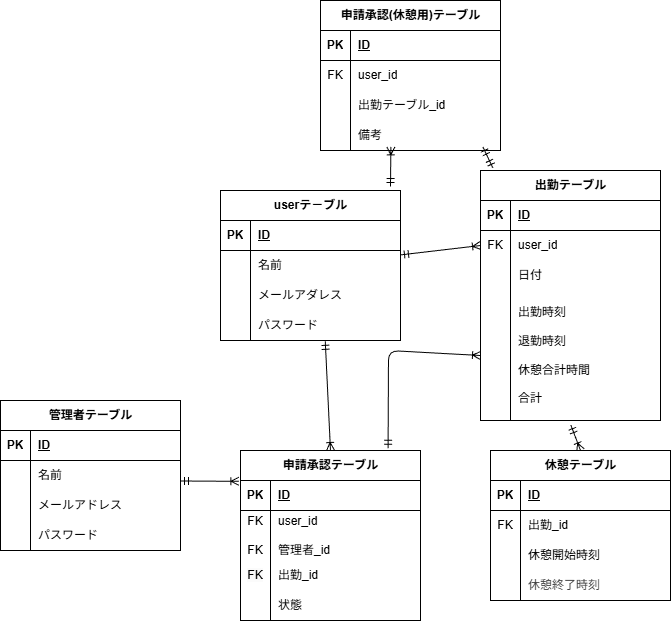
mayu-ya/attendance-system keeps this draw.io diagram as src/.drawio.png. Above is the earlier version. Source tidied: cells renumbered, new cells last; positions are measured from the earlier drawing's top-left corner, leaving out a move shared by most shapes.
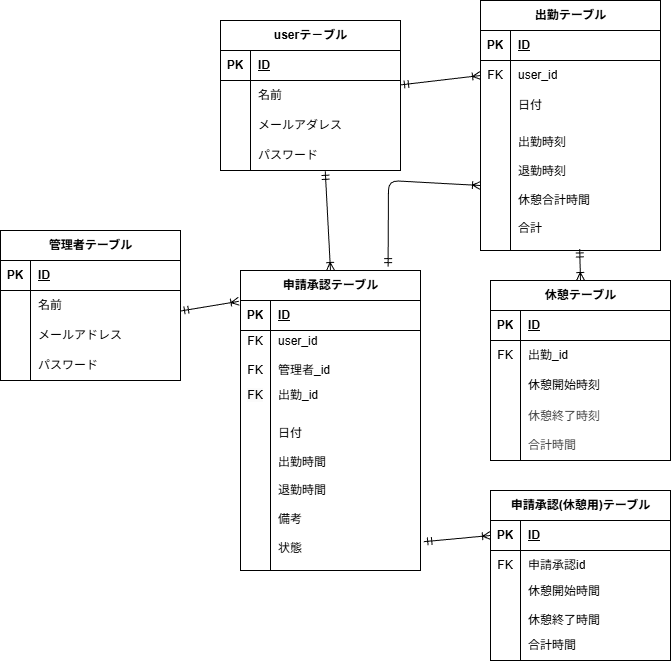
The same diagram one commit later.

The edit, as a diff of the source:
```diff
@@ -44,11 +44,11 @@
     <mxCell id="15" style="fontSize=12;html=1;endArrow=ERoneToMany;startArrow=ERmandOne;entryX=0;entryY=0.5;entryDx=0;entryDy=0;" parent="1" edge="1" source="72" target="6">
       <mxGeometry relative="1" as="geometry" />
     </mxCell>
-    <mxCell id="16" style="fontSize=12;html=1;endArrow=ERoneToMany;startArrow=ERmandOne;entryX=0.5;entryY=0;entryDx=0;entryDy=0;exitX=0.502;exitY=1.035;exitDx=0;exitDy=0;exitPerimeter=0;" parent="1" edge="1" source="12" target="30">
+    <mxCell id="16" style="fontSize=12;html=1;endArrow=ERoneToMany;startArrow=ERmandOne;entryX=0.5;entryY=0;entryDx=0;entryDy=0;exitX=0.551;exitY=0.988;exitDx=0;exitDy=0;exitPerimeter=0;" parent="1" edge="1" source="12" target="30">
       <mxGeometry relative="1" as="geometry" />
     </mxCell>
     <mxCell id="17" value="申請承認テーブル" style="shape=table;startSize=30;rowLines=0;fontStyle=1;align=center;html=1;" parent="1" vertex="1">
-      <mxGeometry x="240" y="450" width="180" height="170" as="geometry" />
+      <mxGeometry x="240" y="440" width="180" height="300" as="geometry" />
     </mxCell>
     <mxCell id="18" style="shape=tableRow;horizontal=0;startSize=0;swimlaneHead=0;swimlaneBody=0;fillColor=none;points=[[0,0.5],[1,0.5]];portConstraint=eastwest;top=0;left=0;right=0;bottom=1;" parent="17" vertex="1">
       <mxGeometry y="30" width="180" height="30" as="geometry" />
@@ -78,16 +78,16 @@
       <mxGeometry x="30" width="150" height="30" as="geometry" />
     </mxCell>
     <mxCell id="27" style="shape=tableRow;horizontal=0;startSize=0;swimlaneHead=0;swimlaneBody=0;fillColor=none;points=[[0,0.5],[1,0.5]];portConstraint=eastwest;top=0;left=0;right=0;bottom=0;" parent="17" vertex="1">
-      <mxGeometry y="140" width="180" height="30" as="geometry" />
+      <mxGeometry y="140" width="180" height="160" as="geometry" />
     </mxCell>
     <mxCell id="28" style="shape=partialRectangle;fillColor=none;top=0;left=0;bottom=0;right=0;overflow=hidden;whiteSpace=wrap;html=1;" parent="27" vertex="1">
-      <mxGeometry width="30" height="30" as="geometry" />
+      <mxGeometry width="30" height="160" as="geometry" />
     </mxCell>
-    <mxCell id="29" value="&lt;span style=&quot;color: rgb(0, 0, 0);&quot;&gt;状態&lt;/span&gt;" style="shape=partialRectangle;fillColor=none;top=0;left=0;bottom=0;right=0;align=left;spacingLeft=6;overflow=hidden;whiteSpace=wrap;html=1;" parent="27" vertex="1">
-      <mxGeometry x="30" width="150" height="30" as="geometry" />
+    <mxCell id="29" value="&lt;div&gt;&lt;span style=&quot;color: rgb(0, 0, 0);&quot;&gt;日付&lt;/span&gt;&lt;/div&gt;&lt;div&gt;&lt;span style=&quot;color: rgb(0, 0, 0);&quot;&gt;&lt;br&gt;&lt;/span&gt;&lt;/div&gt;&lt;div&gt;&lt;span style=&quot;color: rgb(0, 0, 0);&quot;&gt;出勤時間&lt;/span&gt;&lt;/div&gt;&lt;div&gt;&lt;span style=&quot;color: rgb(0, 0, 0);&quot;&gt;&lt;br&gt;&lt;/span&gt;&lt;/div&gt;&lt;div&gt;&lt;span style=&quot;color: rgb(0, 0, 0);&quot;&gt;退勤時間&lt;/span&gt;&lt;/div&gt;&lt;div&gt;&lt;span style=&quot;color: rgb(0, 0, 0);&quot;&gt;&lt;br&gt;&lt;/span&gt;&lt;/div&gt;&lt;div&gt;&lt;span style=&quot;color: rgb(0, 0, 0);&quot;&gt;備考&lt;/span&gt;&lt;/div&gt;&lt;div&gt;&lt;span style=&quot;color: rgb(0, 0, 0);&quot;&gt;&lt;br&gt;&lt;/span&gt;&lt;/div&gt;&lt;span style=&quot;color: rgb(0, 0, 0);&quot;&gt;状態&lt;/span&gt;" style="shape=partialRectangle;fillColor=none;top=0;left=0;bottom=0;right=0;align=left;spacingLeft=6;overflow=hidden;whiteSpace=wrap;html=1;" parent="27" vertex="1">
+      <mxGeometry x="30" width="150" height="160" as="geometry" />
     </mxCell>
     <mxCell id="30" value="&lt;span style=&quot;color: rgb(0, 0, 0);&quot;&gt;休憩テーブル&lt;/span&gt;" style="shape=table;startSize=30;rowLines=0;fontStyle=1;align=center;html=1;" parent="1" vertex="1">
-      <mxGeometry x="490" y="450" width="180" height="150" as="geometry" />
+      <mxGeometry x="490" y="450" width="180" height="180" as="geometry" />
     </mxCell>
     <mxCell id="31" style="shape=tableRow;horizontal=0;startSize=0;swimlaneHead=0;swimlaneBody=0;fillColor=none;top=0;left=0;right=0;bottom=1;" parent="30" vertex="1">
       <mxGeometry y="30" width="180" height="30" as="geometry" />
@@ -117,13 +117,13 @@
       <mxGeometry x="30" width="150" height="30" as="geometry" />
     </mxCell>
     <mxCell id="40" style="shape=tableRow;horizontal=0;startSize=0;swimlaneHead=0;swimlaneBody=0;fillColor=none;top=0;left=0;right=0;bottom=0;" parent="30" vertex="1">
-      <mxGeometry y="120" width="180" height="30" as="geometry" />
+      <mxGeometry y="120" width="180" height="60" as="geometry" />
     </mxCell>
     <mxCell id="41" style="shape=partialRectangle;fillColor=none;top=0;left=0;bottom=0;right=0;overflow=hidden;whiteSpace=wrap;html=1;" parent="40" vertex="1">
-      <mxGeometry width="30" height="30" as="geometry" />
+      <mxGeometry width="30" height="60" as="geometry" />
     </mxCell>
-    <mxCell id="42" value="&lt;span style=&quot;color: rgb(63, 63, 63);&quot;&gt;休憩終了時刻&lt;/span&gt;" style="shape=partialRectangle;fillColor=none;top=0;left=0;bottom=0;right=0;align=left;spacingLeft=6;overflow=hidden;whiteSpace=wrap;html=1;" parent="40" vertex="1">
-      <mxGeometry x="30" width="150" height="30" as="geometry" />
+    <mxCell id="42" value="&lt;span style=&quot;color: rgb(63, 63, 63);&quot;&gt;休憩終了時刻&lt;/span&gt;&lt;div&gt;&lt;span style=&quot;color: rgb(63, 63, 63);&quot;&gt;&lt;br&gt;&lt;/span&gt;&lt;/div&gt;&lt;div&gt;&lt;span style=&quot;color: rgb(63, 63, 63);&quot;&gt;合計時間&lt;/span&gt;&lt;/div&gt;" style="shape=partialRectangle;fillColor=none;top=0;left=0;bottom=0;right=0;align=left;spacingLeft=6;overflow=hidden;whiteSpace=wrap;html=1;" parent="40" vertex="1">
+      <mxGeometry x="30" width="150" height="60" as="geometry" />
     </mxCell>
     <mxCell id="43" style="fontSize=12;html=1;endArrow=ERoneToMany;startArrow=ERmandOne;entryX=0.5;entryY=0;entryDx=0;entryDy=0;exitX=0.582;exitY=1.027;exitDx=0;exitDy=0;exitPerimeter=0;" parent="1" edge="1" source="82" target="17">
       <mxGeometry relative="1" as="geometry" />
@@ -175,7 +175,7 @@
       <mxGeometry x="30" width="150" height="30" as="geometry" />
     </mxCell>
     <mxCell id="58" value="申請承認(休憩用)テーブル" style="shape=table;startSize=30;rowLines=0;fontStyle=1;align=center;html=1;" parent="1" vertex="1">
-      <mxGeometry x="320" width="180" height="150" as="geometry" />
+      <mxGeometry x="490" y="660" width="180" height="170" as="geometry" />
     </mxCell>
     <mxCell id="59" style="shape=tableRow;horizontal=0;startSize=0;swimlaneHead=0;swimlaneBody=0;fillColor=none;points=[[0,0.5],[1,0.5]];portConstraint=eastwest;top=0;left=0;right=0;bottom=1;" parent="58" vertex="1">
       <mxGeometry y="30" width="180" height="30" as="geometry" />
@@ -192,31 +192,29 @@
     <mxCell id="63" value="FK" style="shape=partialRectangle;fillColor=none;top=0;left=0;bottom=0;right=0;overflow=hidden;whiteSpace=wrap;html=1;" parent="62" vertex="1">
       <mxGeometry width="30" height="30" as="geometry" />
     </mxCell>
-    <mxCell id="64" value="user_id" style="shape=partialRectangle;fillColor=none;top=0;left=0;bottom=0;right=0;align=left;spacingLeft=6;overflow=hidden;whiteSpace=wrap;html=1;" parent="62" vertex="1">
+    <mxCell id="64" value="申請承認id" style="shape=partialRectangle;fillColor=none;top=0;left=0;bottom=0;right=0;align=left;spacingLeft=6;overflow=hidden;whiteSpace=wrap;html=1;" parent="62" vertex="1">
       <mxGeometry x="30" width="150" height="30" as="geometry" />
     </mxCell>
     <mxCell id="65" style="shape=tableRow;horizontal=0;startSize=0;swimlaneHead=0;swimlaneBody=0;fillColor=none;top=0;left=0;right=0;bottom=0;" parent="58" vertex="1">
-      <mxGeometry y="90" width="180" height="30" as="geometry" />
+      <mxGeometry y="90" width="180" height="50" as="geometry" />
     </mxCell>
     <mxCell id="66" style="shape=partialRectangle;fillColor=none;top=0;left=0;bottom=0;right=0;overflow=hidden;whiteSpace=wrap;html=1;" parent="65" vertex="1">
-      <mxGeometry width="30" height="30" as="geometry" />
+      <mxGeometry width="30" height="50" as="geometry" />
     </mxCell>
-    <mxCell id="67" value="出勤テーブル_id" style="shape=partialRectangle;fillColor=none;top=0;left=0;bottom=0;right=0;align=left;spacingLeft=6;overflow=hidden;whiteSpace=wrap;html=1;" parent="65" vertex="1">
-      <mxGeometry x="30" width="150" height="30" as="geometry" />
+    <mxCell id="67" value="休憩開始時間&lt;div&gt;&lt;br&gt;&lt;/div&gt;&lt;div&gt;休憩終了時間&lt;/div&gt;" style="shape=partialRectangle;fillColor=none;top=0;left=0;bottom=0;right=0;align=left;spacingLeft=6;overflow=hidden;whiteSpace=wrap;html=1;" parent="65" vertex="1">
+      <mxGeometry x="30" width="150" height="50" as="geometry" />
     </mxCell>
     <mxCell id="68" style="shape=tableRow;horizontal=0;startSize=0;swimlaneHead=0;swimlaneBody=0;fillColor=none;points=[[0,0.5],[1,0.5]];portConstraint=eastwest;top=0;left=0;right=0;bottom=0;" parent="58" vertex="1">
-      <mxGeometry y="120" width="180" height="30" as="geometry" />
+      <mxGeometry y="140" width="180" height="30" as="geometry" />
     </mxCell>
     <mxCell id="69" style="shape=partialRectangle;fillColor=none;top=0;left=0;bottom=0;right=0;overflow=hidden;whiteSpace=wrap;html=1;" parent="68" vertex="1">
       <mxGeometry width="30" height="30" as="geometry" />
     </mxCell>
-    <mxCell id="70" value="備考" style="shape=partialRectangle;fillColor=none;top=0;left=0;bottom=0;right=0;align=left;spacingLeft=6;overflow=hidden;whiteSpace=wrap;html=1;" parent="68" vertex="1">
+    <mxCell id="70" value="合計時間" style="shape=partialRectangle;fillColor=none;top=0;left=0;bottom=0;right=0;align=left;spacingLeft=6;overflow=hidden;whiteSpace=wrap;html=1;" parent="68" vertex="1">
       <mxGeometry x="30" width="150" height="30" as="geometry" />
     </mxCell>
-    <mxCell id="71" style="fontSize=12;html=1;endArrow=ERoneToMany;startArrow=ERmandOne;entryX=0.391;entryY=0.88;entryDx=0;entryDy=0;entryPerimeter=0;" parent="1" edge="1" target="68">
-      <mxGeometry relative="1" as="geometry">
-        <mxPoint x="390" y="186" as="sourcePoint" />
-      </mxGeometry>
+    <mxCell id="71" style="fontSize=12;html=1;endArrow=ERoneToMany;startArrow=ERmandOne;entryX=0;entryY=0.5;entryDx=0;entryDy=0;exitX=1.018;exitY=0.82;exitDx=0;exitDy=0;exitPerimeter=0;" parent="1" edge="1" source="27" target="59">
+      <mxGeometry relative="1" as="geometry" />
     </mxCell>
     <mxCell id="72" value="userテ－ブル" style="shape=table;startSize=30;rowLines=0;fontStyle=1;align=center;html=1;" parent="1" vertex="1">
       <mxGeometry x="220" y="190" width="180" height="150" as="geometry" />
@@ -257,9 +255,6 @@
     <mxCell id="84" value="パスワード" style="shape=partialRectangle;fillColor=none;top=0;left=0;bottom=0;right=0;align=left;spacingLeft=6;overflow=hidden;whiteSpace=wrap;html=1;" parent="82" vertex="1">
       <mxGeometry x="30" width="150" height="30" as="geometry" />
     </mxCell>
-    <mxCell id="85" style="fontSize=12;html=1;endArrow=ERmandOne;startArrow=ERmandOne;entryX=0.902;entryY=0.88;entryDx=0;entryDy=0;entryPerimeter=0;exitX=0.069;exitY=-0.01;exitDx=0;exitDy=0;exitPerimeter=0;" parent="1" edge="1" source="2" target="68">
-      <mxGeometry relative="1" as="geometry" />
-    </mxCell>
     <mxCell id="86" style="fontSize=12;html=1;endArrow=ERoneToMany;startArrow=ERmandOne;entryX=-0.009;entryY=0.027;entryDx=0;entryDy=0;exitX=0.582;exitY=1.027;exitDx=0;exitDy=0;exitPerimeter=0;entryPerimeter=0;" parent="1" edge="1" target="18">
       <mxGeometry relative="1" as="geometry">
         <mxPoint x="180" y="480.5" as="sourcePoint" />
```
